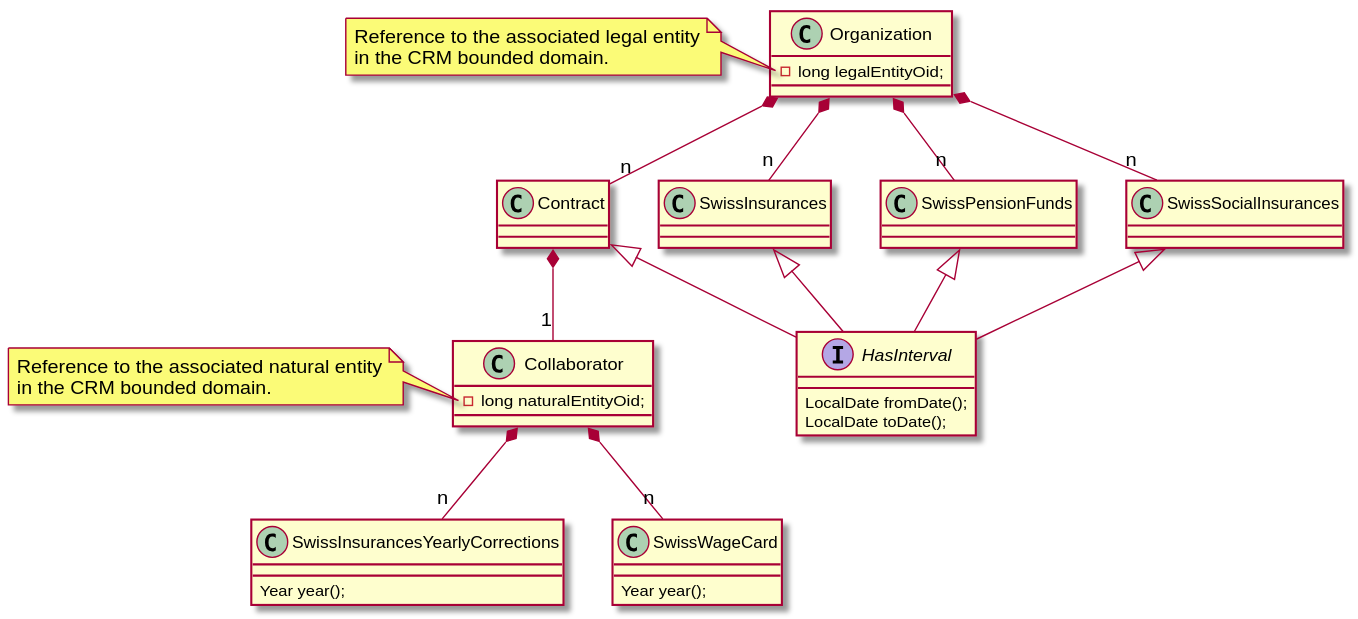
Before: docs/domains/collaborators/pics/collaborators-domain.svg, a diagram exported from PlantUML (tangly-team/tangly-team.github.io).
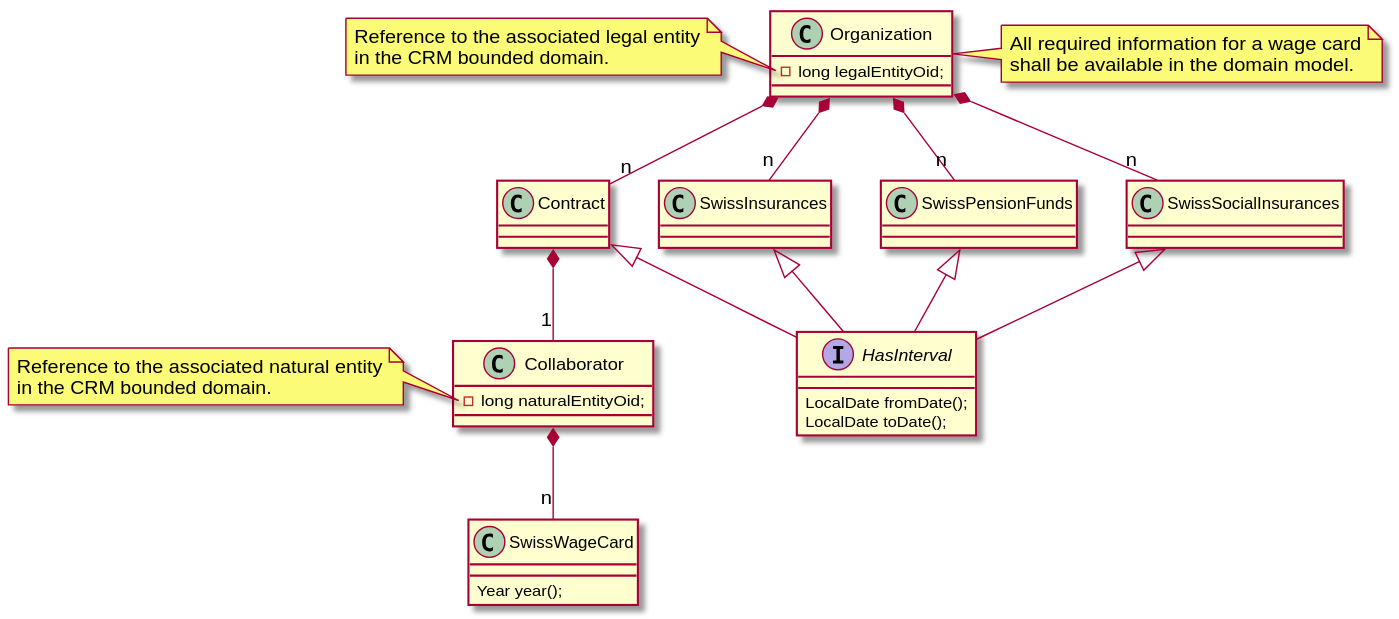
After the commit.

The edit, as a diff of the source:
```diff
@@ -3,10 +3,6 @@
 interface HasInterval {
   LocalDate fromDate();
   LocalDate toDate();
-}
-
-class SwissInsurancesYearlyCorrections {
-  Year year();
 }
 
 class SwissWageCard {
@@ -21,7 +17,6 @@
   in the CRM bounded domain.
 end note
 
-Collaborator *-- "n" SwissInsurancesYearlyCorrections
 Collaborator *-- "n" SwissWageCard
 
 
@@ -47,6 +42,12 @@
   in the CRM bounded domain.
 end note
 
+note right of Organization
+  All required information for a wage card
+  shall be available in the domain model.
+end note
+
+
 Organization *-- "n" Contract
 Organization *-- "n" SwissInsurances
 Organization *-- "n" SwissPensionFunds
```
